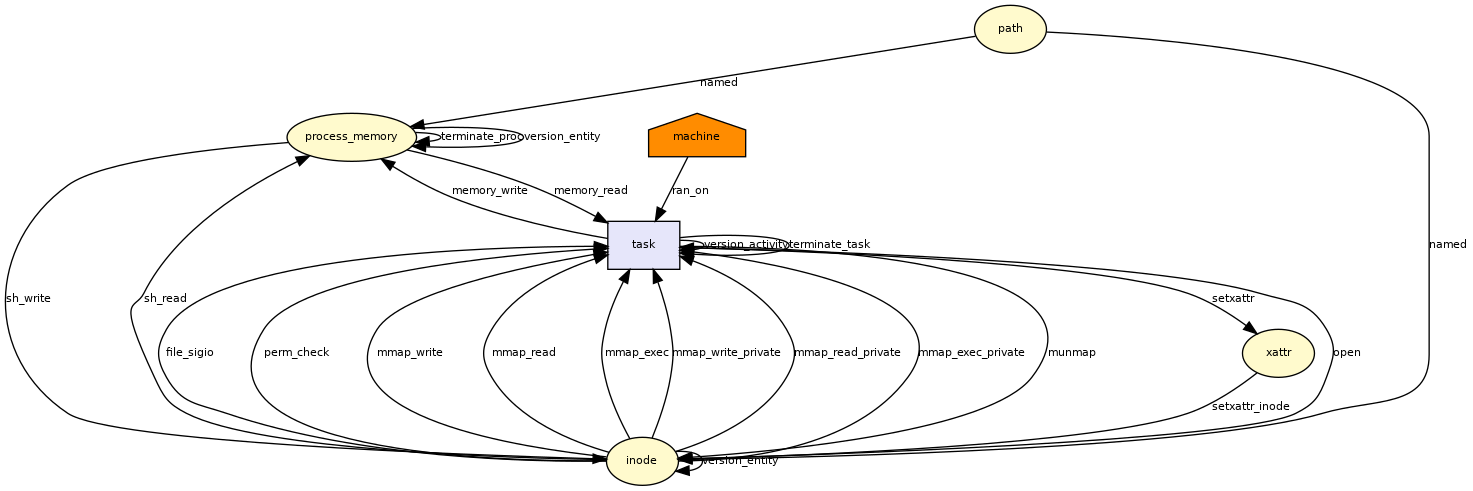
Before: docs/img/__x64_sys_mmap_pgoff.png, a diagram exported from Graphviz (CamFlow/camflow-dev). Its source is kept beside it as docs/dot/__x64_sys_mmap_pgoff.dot.
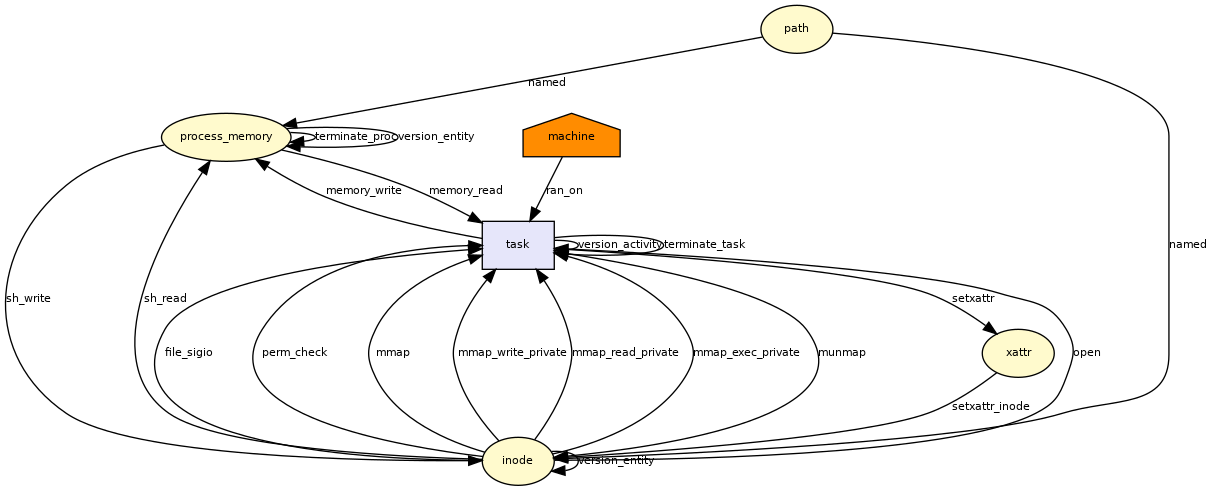
After the change.

Commit message:
RL_MMAP_READ, RL_MMAP_EXEC, RL_MMAP_WRITE -> RL_MMAP

Diff of the diagram source:
```diff
@@ -40,11 +40,7 @@
 
 xattr -> inode[fontsize = 8,label = setxattr_inode]
 
-inode -> task[fontsize = 8,label = mmap_write]
-
-inode -> task[fontsize = 8,label = mmap_read]
-
-inode -> task[fontsize = 8,label = mmap_exec]
+inode -> task[fontsize = 8,label = mmap]
 
 inode -> task[fontsize = 8,label = mmap_write_private]
 
```
